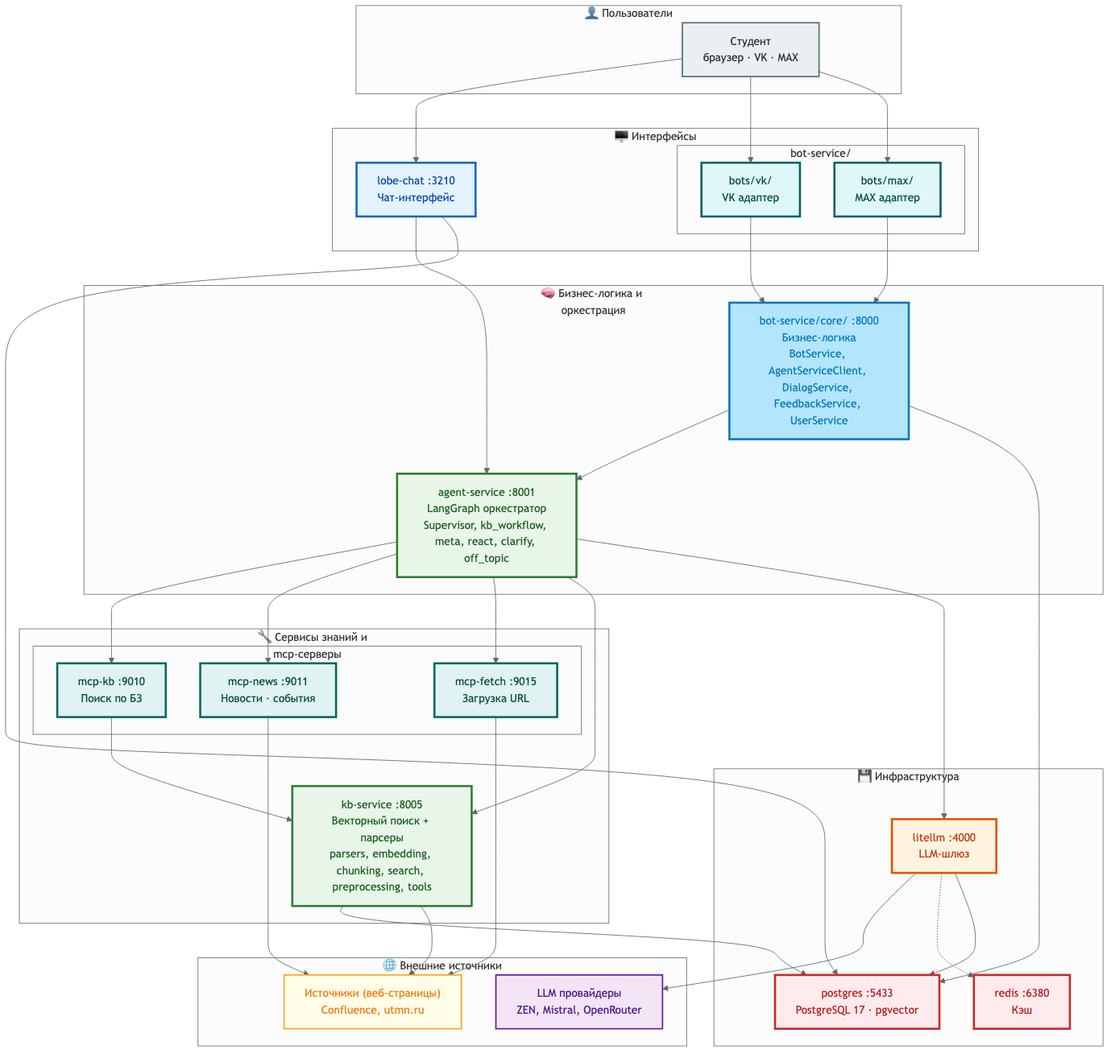
Before: docs/v3_architecture.png, a diagram exported from Mermaid (arjjia/voproshalych-v3). Its source is kept beside it as docs/v3_architecture.mmd.
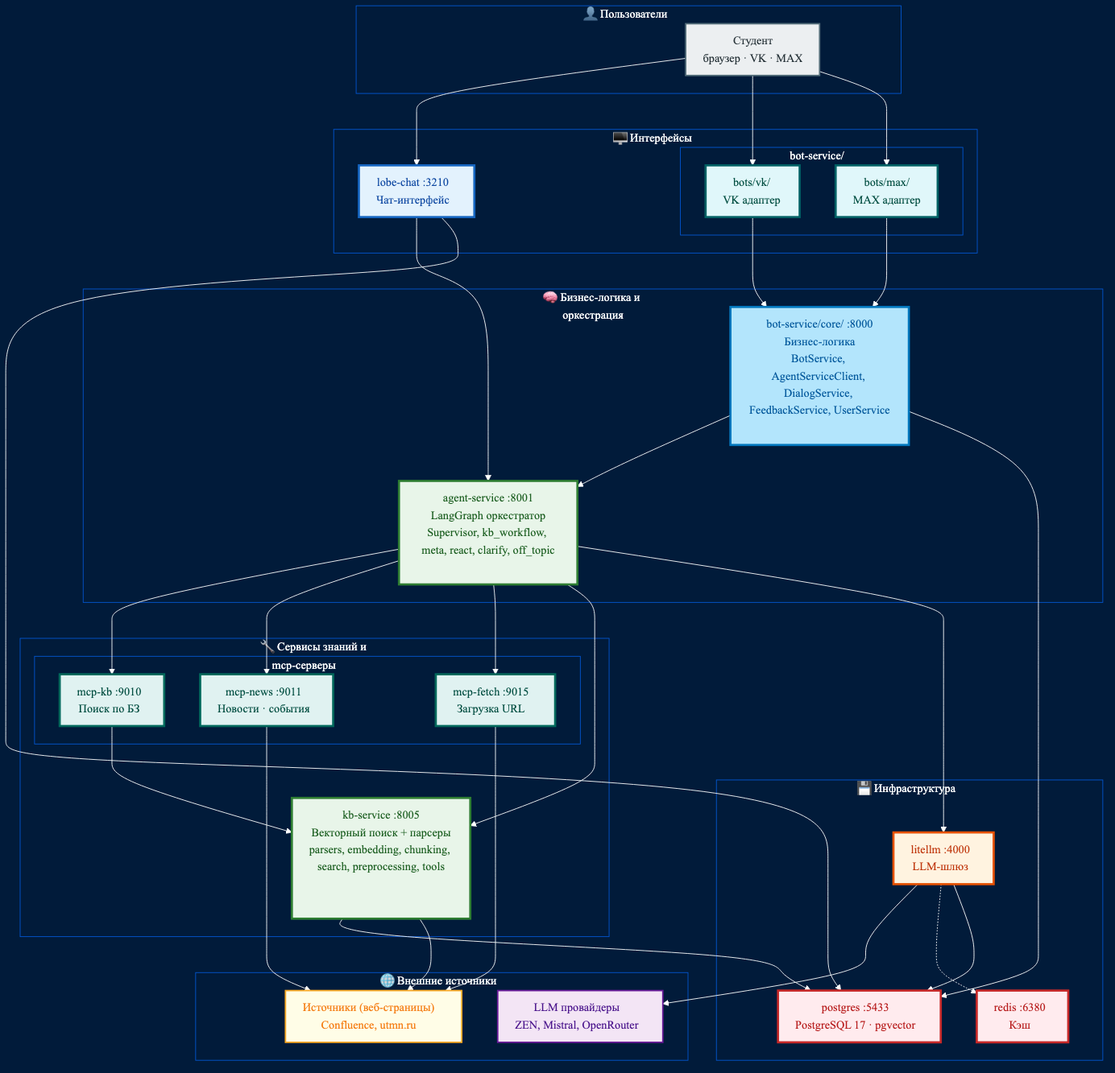
The same diagram one commit later.

Commit message:
docs: add dark theme and legend to v3 diagrams

Change to the diagram source:
```diff
@@ -1,7 +1,35 @@
+%%{
+  init: {
+    'theme': 'base',
+    'themeVariables': {
+      'background': '#011B3A',
+      'primaryColor': '#032B50',
+      'primaryTextColor': '#FFFFFF',
+      'primaryBorderColor': '#046CE0',
+      'lineColor': '#FFFFFF',
+      'secondaryColor': '#021E39',
+      'tertiaryColor': '#021E39',
+      'clusterBkg': '#011B3A',
+      'clusterBorder': '#0357D2',
+      'nodeBorder': '#046CE0',
+      'nodeTextColor': '#FFFFFF',
+      'edgeLabelBackground': '#032B50',
+      'edgeLabelColor': '#FFFFFF',
+      'titleColor': '#FFFFFF',
+      'fontFamily': 'Aptos, sans-serif'
+    },
+    'flowchart': {
+      'htmlLabels': true,
+      'curve': 'basis',
+      'padding': 12
+    }
+  }
+}%%
+
 flowchart TB
     classDef interface fill:#E3F2FD,stroke:#1565C0,stroke-width:3px,color:#0D47A1
     classDef adapt fill:#E0F7FA,stroke:#006064,stroke-width:3px,color:#004D40
-    classDef core fill:#B3E5FC,stroke:#0277BD,stroke-width:3px,color:#0277BD
+    classDef core fill:#B3E5FC,stroke:#0277BD,stroke-width:3px,color:#01579B
     classDef ms fill:#E8F5E9,stroke:#2E7D32,stroke-width:3px,color:#1B5E20
     classDef gateway fill:#FFF3E0,stroke:#E65100,stroke-width:3px,color:#BF360C
     classDef storage fill:#FFEBEE,stroke:#C62828,stroke-width:3px,color:#B71C1C
@@ -9,7 +37,6 @@
     classDef client fill:#ECEFF1,stroke:#546E7A,stroke-width:2px,color:#263238
     classDef provider fill:#F3E5F5,stroke:#6A1B9A,stroke-width:2px,color:#4A148C
     classDef external fill:#FFFDE7,stroke:#F9A825,stroke-width:2px,color:#F57F17
-    classDef future fill:#E8EAF6,stroke:#3F51B5,stroke-width:2px,stroke-dasharray:5 5,color:#1A237E
 
     subgraph Users["👤 Пользователи"]
         STUDENT["Студент<br/>браузер · VK · MAX"]:::client
```
